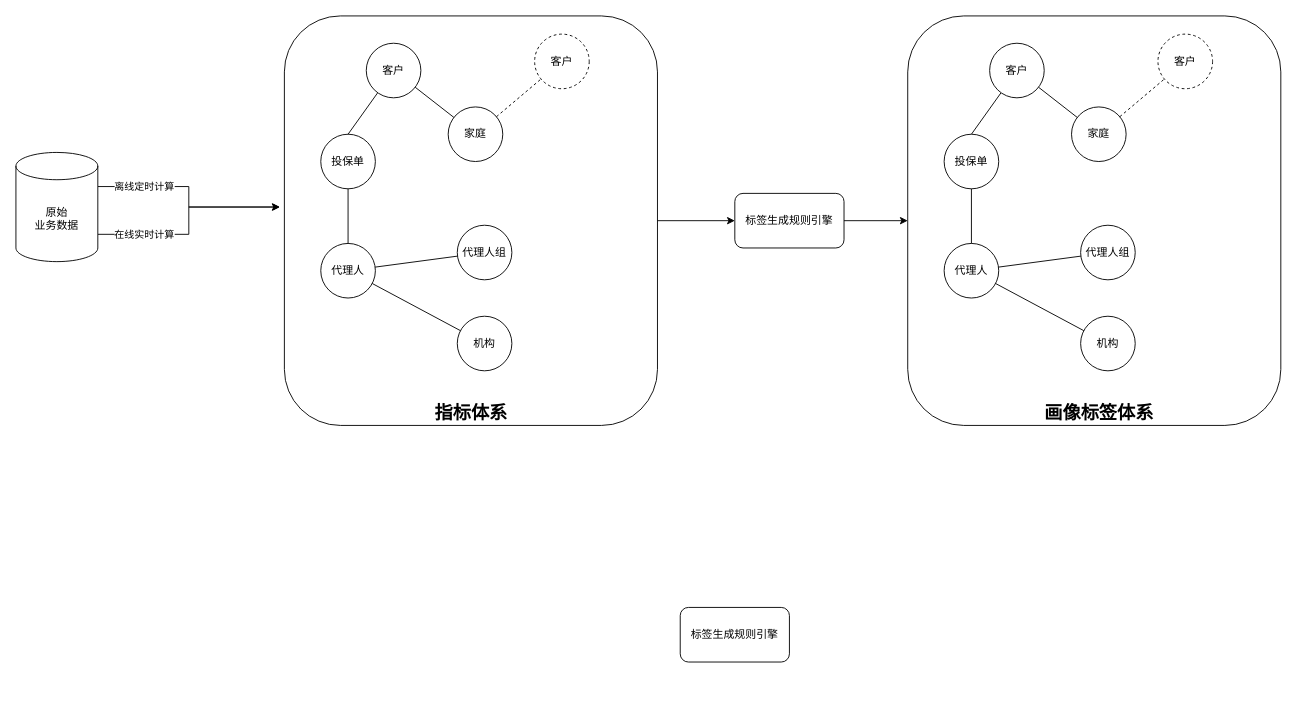
Earlier version of the draw.io diagram 太平/核保体系.drawio (XiaoLiuAI/diagrams). Source tidied: cells renumbered, new cells numbered last; positions are measured from the earlier drawing's top-left corner, leaving out a move shared by most shapes. Both pictures are drawn from the tidied source at 91%, with x=0, y=0 at pixel (15, 15).
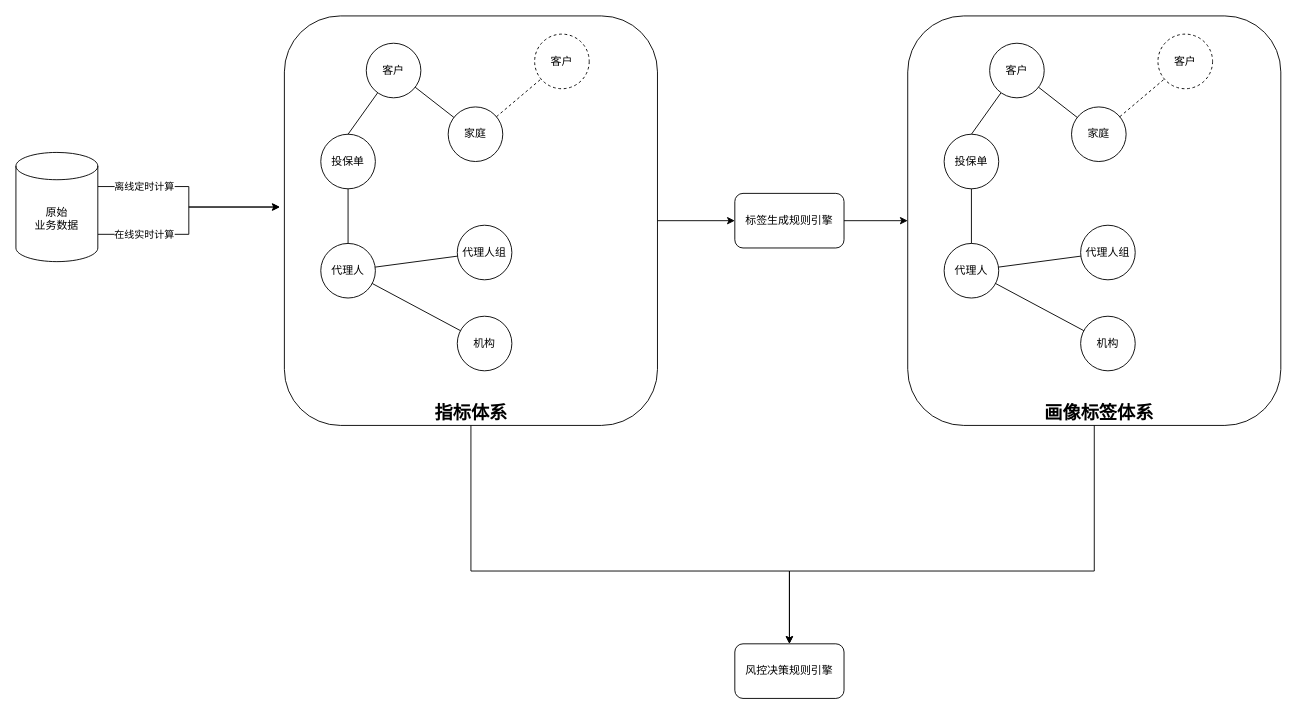
The same page after the edit.

The change refers to these unchanged cells:
```xml
<mxCell id="8" style="rounded=1;whiteSpace=wrap;html=1;fillColor=none;" parent="7" vertex="1">
  <mxGeometry width="410" height="450" as="geometry" />
</mxCell>
<mxCell id="24" style="rounded=1;whiteSpace=wrap;html=1;fillColor=none;" parent="23" vertex="1">
  <mxGeometry width="410" height="450" as="geometry" />
</mxCell>
```

Change to the diagram source:
```diff
@@
-    <mxCell id="42" value="标签生成规则引擎" style="rounded=1;whiteSpace=wrap;html=1;" parent="1" vertex="1">
-      <mxGeometry x="730" y="650" width="120" height="60" as="geometry" />
+    <mxCell id="42" value="风控决策规则引擎" style="rounded=1;whiteSpace=wrap;html=1;" parent="1" vertex="1">
+      <mxGeometry x="790" y="690" width="120" height="60" as="geometry" />
     </mxCell>
+    <mxCell id="43" style="edgeStyle=orthogonalEdgeStyle;rounded=0;jettySize=auto;html=1;" parent="1" edge="1" source="8" target="42">
+      <mxGeometry relative="1" as="geometry">
+        <Array as="points">
+          <mxPoint x="500" y="610" />
+          <mxPoint x="850" y="610" />
+        </Array>
+      </mxGeometry>
+    </mxCell>
+    <mxCell id="44" style="edgeStyle=orthogonalEdgeStyle;rounded=0;jettySize=auto;html=1;entryX=0.5;entryY=0;entryDx=0;entryDy=0;" parent="1" edge="1" source="24" target="42">
+      <mxGeometry relative="1" as="geometry">
+        <Array as="points">
+          <mxPoint x="1185" y="610" />
+          <mxPoint x="850" y="610" />
+        </Array>
+      </mxGeometry>
+    </mxCell>
```
